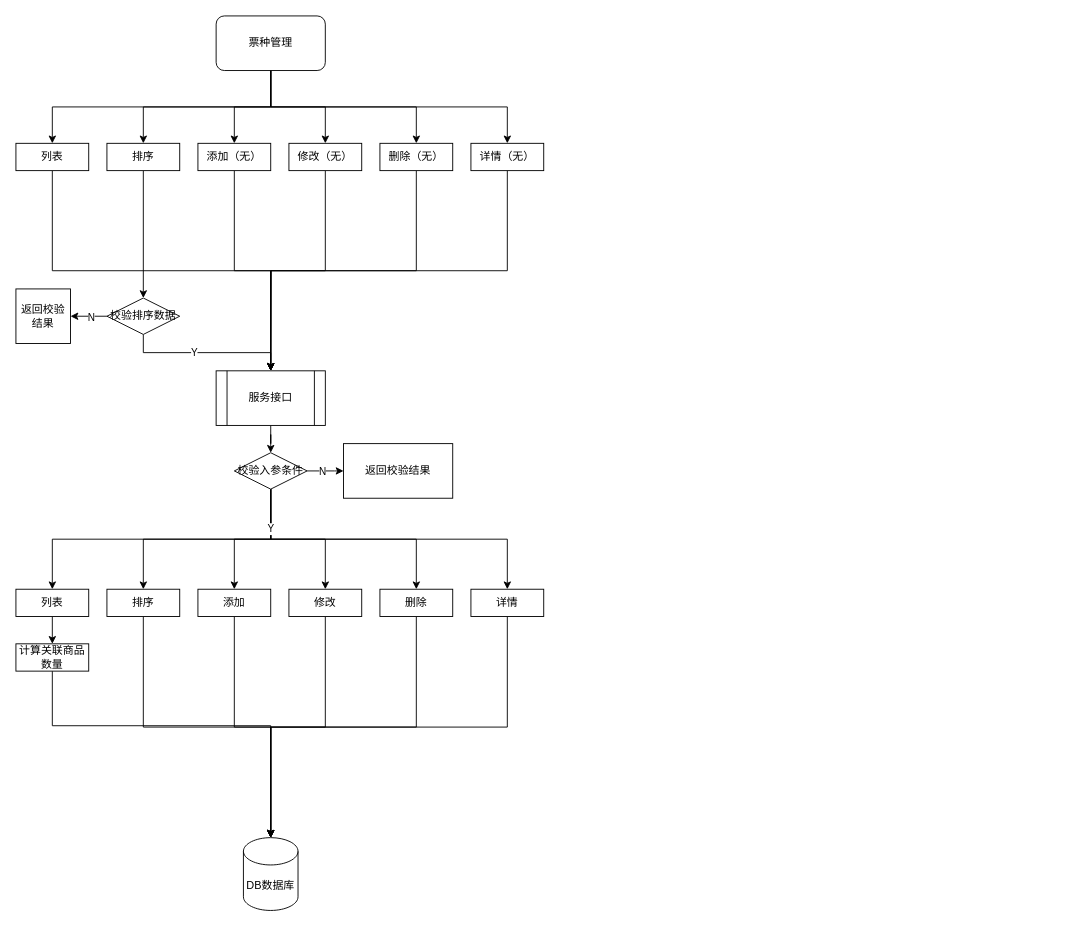
liqiang0113/Project keeps this draw.io diagram as page "票种管理" (1 of 2) of tour-product.drawio. Above is the earlier version. Source tidied: cells renumbered, new cells numbered last; positions are measured from the earlier drawing's top-left corner, leaving out a move shared by most shapes. Both pictures are drawn from the tidied source at 91%, with x=0, y=0 at pixel (15, 15).
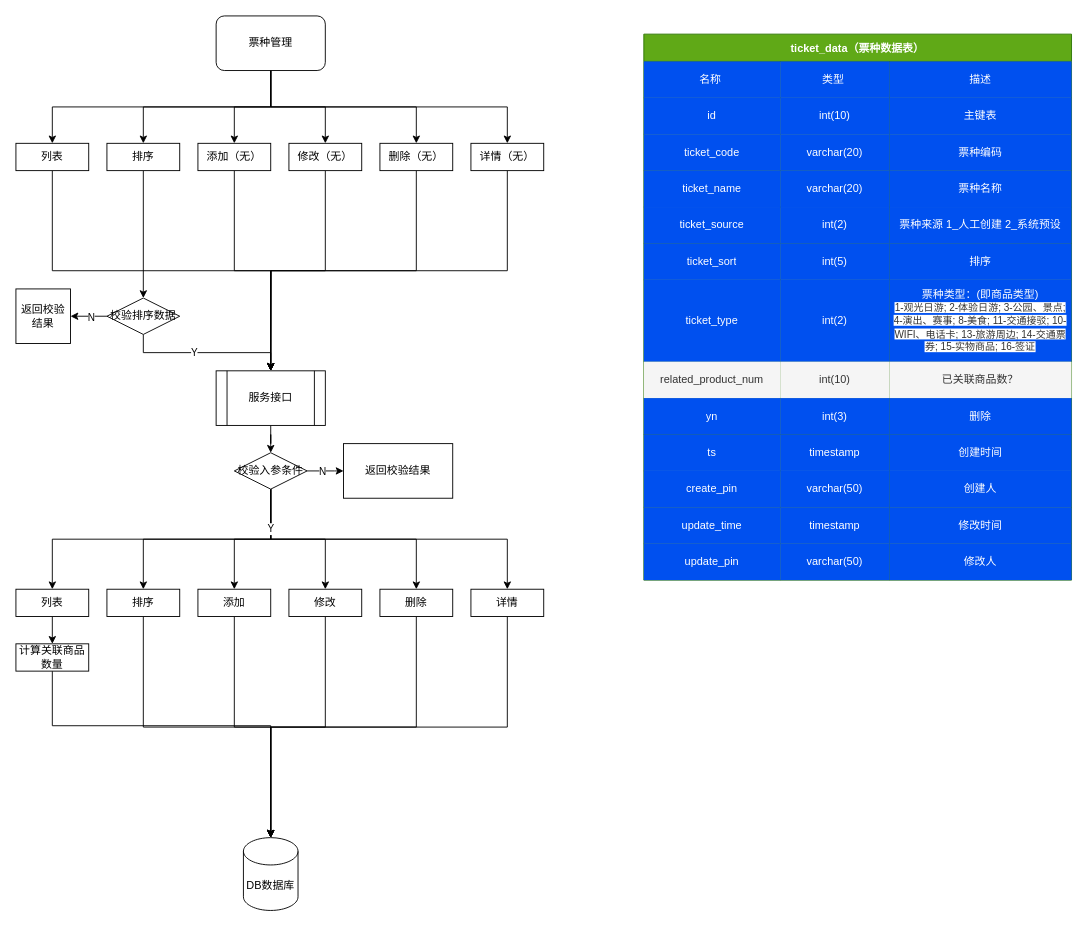
The same page after the edit.

The edit, as a diff of the source:
```diff
@@
+    <mxCell id="55" value="ticket_data（票种数据表）" style="shape=table;startSize=30;childLayout=tableLayout;fontStyle=1;align=center;swimlaneLine=1;fillColor=#60a917;fontColor=#ffffff;strokeColor=#2D7600;" parent="1" vertex="1">
+      <mxGeometry x="690" y="20" width="470" height="600" as="geometry" />
+    </mxCell>
+    <mxCell id="56" style="shape=tableRow;horizontal=0;startSize=0;swimlaneHead=0;swimlaneBody=0;top=0;left=0;bottom=0;right=0;fillColor=none;" parent="55" vertex="1">
+      <mxGeometry y="30" width="470" height="40" as="geometry" />
+    </mxCell>
+    <mxCell id="57" value="名称&lt;span style=&quot;white-space: pre;&quot;&gt; &lt;/span&gt;" style="shape=partialRectangle;html=1;whiteSpace=wrap;fillColor=#0050ef;top=0;left=0;bottom=0;right=0;overflow=hidden;strokeColor=#FFCCE6;fontColor=#ffffff;strokeWidth=10;perimeterSpacing=2;" parent="56" vertex="1">
+      <mxGeometry width="150" height="40" as="geometry" />
+    </mxCell>
+    <mxCell id="58" value="类型&lt;span style=&quot;white-space: pre;&quot;&gt; &lt;/span&gt;" style="shape=partialRectangle;html=1;whiteSpace=wrap;fillColor=#0050ef;top=0;left=0;bottom=0;right=0;overflow=hidden;strokeColor=#FFCCE6;fontColor=#ffffff;strokeWidth=10;" parent="56" vertex="1">
+      <mxGeometry x="150" width="120" height="40" as="geometry" />
+    </mxCell>
+    <mxCell id="59" value="描述" style="shape=partialRectangle;html=1;whiteSpace=wrap;fillColor=#0050ef;top=0;left=0;bottom=0;right=0;overflow=hidden;strokeColor=#FFCCE6;fontColor=#ffffff;strokeWidth=10;" parent="56" vertex="1">
+      <mxGeometry x="270" width="200" height="40" as="geometry" />
+    </mxCell>
+    <mxCell id="60" style="shape=tableRow;horizontal=0;startSize=0;swimlaneHead=0;swimlaneBody=0;top=0;left=0;bottom=0;right=0;fillColor=none;" parent="55" vertex="1">
+      <mxGeometry y="70" width="470" height="40" as="geometry" />
+    </mxCell>
+    <mxCell id="61" value="id" style="shape=partialRectangle;html=1;whiteSpace=wrap;fillColor=#0050ef;top=0;left=0;bottom=0;right=0;overflow=hidden;strokeColor=#FFCCE6;fontColor=#ffffff;strokeWidth=10;" parent="60" vertex="1">
+      <mxGeometry width="150" height="40" as="geometry" />
+    </mxCell>
+    <mxCell id="62" value="int(10)" style="shape=partialRectangle;html=1;whiteSpace=wrap;fillColor=#0050ef;top=0;left=0;bottom=0;right=0;overflow=hidden;strokeColor=#FFCCE6;fontColor=#ffffff;strokeWidth=10;" parent="60" vertex="1">
+      <mxGeometry x="150" width="120" height="40" as="geometry" />
+    </mxCell>
+    <mxCell id="63" value="主键表" style="shape=partialRectangle;html=1;whiteSpace=wrap;fillColor=#0050ef;top=0;left=0;bottom=0;right=0;overflow=hidden;strokeColor=#FFCCE6;fontColor=#ffffff;strokeWidth=10;" parent="60" vertex="1">
+      <mxGeometry x="270" width="200" height="40" as="geometry" />
+    </mxCell>
+    <mxCell id="64" style="shape=tableRow;horizontal=0;startSize=0;swimlaneHead=0;swimlaneBody=0;top=0;left=0;bottom=0;right=0;fillColor=none;" parent="55" vertex="1">
+      <mxGeometry y="110" width="470" height="40" as="geometry" />
+    </mxCell>
+    <mxCell id="65" value="ticket_code" style="shape=partialRectangle;html=1;whiteSpace=wrap;fillColor=#0050ef;top=0;left=0;bottom=0;right=0;overflow=hidden;sketch=0;shadow=0;strokeColor=#FFCCE6;fontColor=#ffffff;strokeWidth=10;" parent="64" vertex="1">
+      <mxGeometry width="150" height="40" as="geometry" />
+    </mxCell>
+    <mxCell id="66" value="varchar(20)" style="shape=partialRectangle;html=1;whiteSpace=wrap;fillColor=#0050ef;top=0;left=0;bottom=0;right=0;overflow=hidden;sketch=0;strokeColor=#FFCCE6;fontColor=#ffffff;strokeWidth=10;" parent="64" vertex="1">
+      <mxGeometry x="150" width="120" height="40" as="geometry" />
+    </mxCell>
+    <mxCell id="67" value="票种编码" style="shape=partialRectangle;html=1;whiteSpace=wrap;fillColor=#0050ef;top=0;left=0;bottom=0;right=0;overflow=hidden;strokeColor=#FFCCE6;fontColor=#ffffff;strokeWidth=10;" parent="64" vertex="1">
+      <mxGeometry x="270" width="200" height="40" as="geometry" />
+    </mxCell>
+    <mxCell id="68" style="shape=tableRow;horizontal=0;startSize=0;swimlaneHead=0;swimlaneBody=0;top=0;left=0;bottom=0;right=0;fillColor=none;" parent="55" vertex="1">
+      <mxGeometry y="150" width="470" height="40" as="geometry" />
+    </mxCell>
+    <mxCell id="69" value="ticket_name" style="shape=partialRectangle;html=1;whiteSpace=wrap;fillColor=#0050ef;top=0;left=0;bottom=0;right=0;overflow=hidden;sketch=0;shadow=0;strokeColor=#FFCCE6;fontColor=#ffffff;strokeWidth=10;" parent="68" vertex="1">
+      <mxGeometry width="150" height="40" as="geometry" />
+    </mxCell>
+    <mxCell id="70" value="varchar(20)" style="shape=partialRectangle;html=1;whiteSpace=wrap;fillColor=#0050ef;top=0;left=0;bottom=0;right=0;overflow=hidden;sketch=0;strokeColor=#FFCCE6;fontColor=#ffffff;strokeWidth=10;" parent="68" vertex="1">
+      <mxGeometry x="150" width="120" height="40" as="geometry" />
+    </mxCell>
+    <mxCell id="71" value="票种名称" style="shape=partialRectangle;html=1;whiteSpace=wrap;fillColor=#0050ef;top=0;left=0;bottom=0;right=0;overflow=hidden;strokeColor=#FFCCE6;fontColor=#ffffff;strokeWidth=10;" parent="68" vertex="1">
+      <mxGeometry x="270" width="200" height="40" as="geometry" />
+    </mxCell>
+    <mxCell id="72" style="shape=tableRow;horizontal=0;startSize=0;swimlaneHead=0;swimlaneBody=0;top=0;left=0;bottom=0;right=0;fillColor=none;" parent="55" vertex="1">
+      <mxGeometry y="190" width="470" height="40" as="geometry" />
+    </mxCell>
+    <mxCell id="73" value="ticket_source" style="shape=partialRectangle;html=1;whiteSpace=wrap;fillColor=#0050ef;top=0;left=0;bottom=0;right=0;overflow=hidden;sketch=0;shadow=0;strokeColor=#FFCCE6;fontColor=#ffffff;strokeWidth=10;" parent="72" vertex="1">
+      <mxGeometry width="150" height="40" as="geometry" />
+    </mxCell>
+    <mxCell id="74" value="int(2)" style="shape=partialRectangle;html=1;whiteSpace=wrap;fillColor=#0050ef;top=0;left=0;bottom=0;right=0;overflow=hidden;sketch=0;strokeColor=#FFCCE6;fontColor=#ffffff;strokeWidth=10;" parent="72" vertex="1">
+      <mxGeometry x="150" width="120" height="40" as="geometry" />
+    </mxCell>
+    <mxCell id="75" value="票种来源 1_人工创建 2_系统预设" style="shape=partialRectangle;html=1;whiteSpace=wrap;fillColor=#0050ef;top=0;left=0;bottom=0;right=0;overflow=hidden;strokeColor=#FFCCE6;fontColor=#ffffff;strokeWidth=10;" parent="72" vertex="1">
+      <mxGeometry x="270" width="200" height="40" as="geometry" />
+    </mxCell>
+    <mxCell id="76" style="shape=tableRow;horizontal=0;startSize=0;swimlaneHead=0;swimlaneBody=0;top=0;left=0;bottom=0;right=0;fillColor=none;" parent="55" vertex="1">
+      <mxGeometry y="230" width="470" height="40" as="geometry" />
+    </mxCell>
+    <mxCell id="77" value="ticket_sort" style="shape=partialRectangle;html=1;whiteSpace=wrap;fillColor=#0050ef;top=0;left=0;bottom=0;right=0;overflow=hidden;sketch=0;shadow=0;strokeColor=#FFCCE6;fontColor=#ffffff;strokeWidth=10;" parent="76" vertex="1">
+      <mxGeometry width="150" height="40" as="geometry" />
+    </mxCell>
+    <mxCell id="78" value="int(5)" style="shape=partialRectangle;html=1;whiteSpace=wrap;fillColor=#0050ef;top=0;left=0;bottom=0;right=0;overflow=hidden;sketch=0;strokeColor=#FFCCE6;fontColor=#ffffff;strokeWidth=10;" parent="76" vertex="1">
+      <mxGeometry x="150" width="120" height="40" as="geometry" />
+    </mxCell>
+    <mxCell id="79" value="排序" style="shape=partialRectangle;html=1;whiteSpace=wrap;fillColor=#0050ef;top=0;left=0;bottom=0;right=0;overflow=hidden;strokeColor=#FFCCE6;fontColor=#ffffff;strokeWidth=10;" parent="76" vertex="1">
+      <mxGeometry x="270" width="200" height="40" as="geometry" />
+    </mxCell>
+    <mxCell id="80" style="shape=tableRow;horizontal=0;startSize=0;swimlaneHead=0;swimlaneBody=0;top=0;left=0;bottom=0;right=0;fillColor=none;" parent="55" vertex="1">
+      <mxGeometry y="270" width="470" height="90" as="geometry" />
+    </mxCell>
+    <mxCell id="81" value="ticket_type" style="shape=partialRectangle;html=1;whiteSpace=wrap;fillColor=#0050ef;top=0;left=0;bottom=0;right=0;overflow=hidden;sketch=0;shadow=0;strokeColor=#FFCCE6;fontColor=#ffffff;strokeWidth=10;" parent="80" vertex="1">
+      <mxGeometry width="150" height="90" as="geometry" />
+    </mxCell>
+    <mxCell id="82" value="int(2)" style="shape=partialRectangle;html=1;whiteSpace=wrap;fillColor=#0050ef;top=0;left=0;bottom=0;right=0;overflow=hidden;sketch=0;strokeColor=#FFCCE6;fontColor=#ffffff;strokeWidth=10;" parent="80" vertex="1">
+      <mxGeometry x="150" width="120" height="90" as="geometry" />
+    </mxCell>
+    <mxCell id="83" value="票种类型：(即商品类型)&lt;br&gt;&lt;span style=&quot;font-size: 11px; background-color: rgb(255, 255, 255); color: rgb(51, 51, 51); text-align: left;&quot;&gt;1-观光日游; 2-体验日游; 3-公园、景点; 4-演出、赛事; 8-美食; 11-交通接驳; 10-WIFI、电话卡; 13-旅游周边; 14-交通票券; 15-实物商品; 16-签证&lt;/span&gt;" style="shape=partialRectangle;html=1;whiteSpace=wrap;fillColor=#0050ef;top=0;left=0;bottom=0;right=0;overflow=hidden;strokeColor=#FFCCE6;align=center;fontColor=#ffffff;strokeWidth=10;" parent="80" vertex="1">
+      <mxGeometry x="270" width="200" height="90" as="geometry" />
+    </mxCell>
+    <mxCell id="84" style="shape=tableRow;horizontal=0;startSize=0;swimlaneHead=0;swimlaneBody=0;top=0;left=0;bottom=0;right=0;fillColor=none;" parent="55" vertex="1">
+      <mxGeometry y="360" width="470" height="40" as="geometry" />
+    </mxCell>
+    <mxCell id="85" value="related_product_num" style="shape=partialRectangle;html=1;whiteSpace=wrap;fillColor=#f5f5f5;top=0;left=0;bottom=0;right=0;overflow=hidden;sketch=0;shadow=0;strokeColor=#FFCCE6;fontColor=#333333;strokeWidth=10;" parent="84" vertex="1">
+      <mxGeometry width="150" height="40" as="geometry" />
+    </mxCell>
+    <mxCell id="86" value="int(10)" style="shape=partialRectangle;html=1;whiteSpace=wrap;fillColor=#f5f5f5;top=0;left=0;bottom=0;right=0;overflow=hidden;sketch=0;strokeColor=#FFCCE6;fontColor=#333333;strokeWidth=10;" parent="84" vertex="1">
+      <mxGeometry x="150" width="120" height="40" as="geometry" />
+    </mxCell>
+    <mxCell id="87" value="已关联商品数？" style="shape=partialRectangle;html=1;whiteSpace=wrap;fillColor=#f5f5f5;top=0;left=0;bottom=0;right=0;overflow=hidden;strokeColor=#FFCCE6;fontColor=#333333;strokeWidth=10;" parent="84" vertex="1">
+      <mxGeometry x="270" width="200" height="40" as="geometry" />
+    </mxCell>
+    <mxCell id="88" style="shape=tableRow;horizontal=0;startSize=0;swimlaneHead=0;swimlaneBody=0;top=0;left=0;bottom=0;right=0;fillColor=none;" parent="55" vertex="1">
+      <mxGeometry y="400" width="470" height="40" as="geometry" />
+    </mxCell>
+    <mxCell id="89" value="yn" style="shape=partialRectangle;html=1;whiteSpace=wrap;fillColor=#0050ef;top=0;left=0;bottom=0;right=0;overflow=hidden;sketch=0;shadow=0;strokeColor=#FFCCE6;fontColor=#ffffff;strokeWidth=10;" parent="88" vertex="1">
+      <mxGeometry width="150" height="40" as="geometry" />
+    </mxCell>
+    <mxCell id="90" value="int(3)" style="shape=partialRectangle;html=1;whiteSpace=wrap;fillColor=#0050ef;top=0;left=0;bottom=0;right=0;overflow=hidden;sketch=0;strokeColor=#FFCCE6;fontColor=#ffffff;strokeWidth=10;" parent="88" vertex="1">
+      <mxGeometry x="150" width="120" height="40" as="geometry" />
+    </mxCell>
+    <mxCell id="91" value="删除" style="shape=partialRectangle;html=1;whiteSpace=wrap;fillColor=#0050ef;top=0;left=0;bottom=0;right=0;overflow=hidden;strokeColor=#FFCCE6;fontColor=#ffffff;strokeWidth=10;" parent="88" vertex="1">
+      <mxGeometry x="270" width="200" height="40" as="geometry" />
+    </mxCell>
+    <mxCell id="92" style="shape=tableRow;horizontal=0;startSize=0;swimlaneHead=0;swimlaneBody=0;top=0;left=0;bottom=0;right=0;fillColor=none;" parent="55" vertex="1">
+      <mxGeometry y="440" width="470" height="40" as="geometry" />
+    </mxCell>
+    <mxCell id="93" value="ts" style="shape=partialRectangle;html=1;whiteSpace=wrap;fillColor=#0050ef;top=0;left=0;bottom=0;right=0;overflow=hidden;sketch=0;shadow=0;strokeColor=#FFCCE6;fontColor=#ffffff;strokeWidth=10;" parent="92" vertex="1">
+      <mxGeometry width="150" height="40" as="geometry" />
+    </mxCell>
+    <mxCell id="94" value="timestamp" style="shape=partialRectangle;html=1;whiteSpace=wrap;fillColor=#0050ef;top=0;left=0;bottom=0;right=0;overflow=hidden;sketch=0;strokeColor=#FFCCE6;fontColor=#ffffff;strokeWidth=10;" parent="92" vertex="1">
+      <mxGeometry x="150" width="120" height="40" as="geometry" />
+    </mxCell>
+    <mxCell id="95" value="创建时间" style="shape=partialRectangle;html=1;whiteSpace=wrap;fillColor=#0050ef;top=0;left=0;bottom=0;right=0;overflow=hidden;strokeColor=#FFCCE6;fontColor=#ffffff;strokeWidth=10;" parent="92" vertex="1">
+      <mxGeometry x="270" width="200" height="40" as="geometry" />
+    </mxCell>
+    <mxCell id="96" style="shape=tableRow;horizontal=0;startSize=0;swimlaneHead=0;swimlaneBody=0;top=0;left=0;bottom=0;right=0;fillColor=none;" parent="55" vertex="1">
+      <mxGeometry y="480" width="470" height="40" as="geometry" />
+    </mxCell>
+    <mxCell id="97" value="create_pin" style="shape=partialRectangle;html=1;whiteSpace=wrap;fillColor=#0050ef;top=0;left=0;bottom=0;right=0;overflow=hidden;sketch=0;shadow=0;strokeColor=#FFCCE6;fontColor=#ffffff;strokeWidth=10;" parent="96" vertex="1">
+      <mxGeometry width="150" height="40" as="geometry" />
+    </mxCell>
+    <mxCell id="98" value="varchar(50)" style="shape=partialRectangle;html=1;whiteSpace=wrap;fillColor=#0050ef;top=0;left=0;bottom=0;right=0;overflow=hidden;sketch=0;strokeColor=#FFCCE6;fontColor=#ffffff;strokeWidth=10;" parent="96" vertex="1">
+      <mxGeometry x="150" width="120" height="40" as="geometry" />
+    </mxCell>
+    <mxCell id="99" value="创建人" style="shape=partialRectangle;html=1;whiteSpace=wrap;fillColor=#0050ef;top=0;left=0;bottom=0;right=0;overflow=hidden;strokeColor=#FFCCE6;fontColor=#ffffff;strokeWidth=10;" parent="96" vertex="1">
+      <mxGeometry x="270" width="200" height="40" as="geometry" />
+    </mxCell>
+    <mxCell id="100" style="shape=tableRow;horizontal=0;startSize=0;swimlaneHead=0;swimlaneBody=0;top=0;left=0;bottom=0;right=0;fillColor=none;" parent="55" vertex="1">
+      <mxGeometry y="520" width="470" height="40" as="geometry" />
+    </mxCell>
+    <mxCell id="101" value="update_time" style="shape=partialRectangle;html=1;whiteSpace=wrap;fillColor=#0050ef;top=0;left=0;bottom=0;right=0;overflow=hidden;sketch=0;shadow=0;strokeColor=#FFCCE6;fontColor=#ffffff;strokeWidth=10;" parent="100" vertex="1">
+      <mxGeometry width="150" height="40" as="geometry" />
+    </mxCell>
+    <mxCell id="102" value="timestamp" style="shape=partialRectangle;html=1;whiteSpace=wrap;fillColor=#0050ef;top=0;left=0;bottom=0;right=0;overflow=hidden;sketch=0;strokeColor=#FFCCE6;fontColor=#ffffff;strokeWidth=10;" parent="100" vertex="1">
+      <mxGeometry x="150" width="120" height="40" as="geometry" />
+    </mxCell>
+    <mxCell id="103" value="修改时间" style="shape=partialRectangle;html=1;whiteSpace=wrap;fillColor=#0050ef;top=0;left=0;bottom=0;right=0;overflow=hidden;strokeColor=#FFCCE6;fontColor=#ffffff;strokeWidth=10;" parent="100" vertex="1">
+      <mxGeometry x="270" width="200" height="40" as="geometry" />
+    </mxCell>
+    <mxCell id="104" style="shape=tableRow;horizontal=0;startSize=0;swimlaneHead=0;swimlaneBody=0;top=0;left=0;bottom=0;right=0;fillColor=none;" parent="55" vertex="1">
+      <mxGeometry y="560" width="470" height="40" as="geometry" />
+    </mxCell>
+    <mxCell id="105" value="update_pin" style="shape=partialRectangle;html=1;whiteSpace=wrap;fillColor=#0050ef;top=0;left=0;bottom=0;right=0;overflow=hidden;sketch=0;shadow=0;strokeColor=#FFCCE6;fontColor=#ffffff;strokeWidth=10;" parent="104" vertex="1">
+      <mxGeometry width="150" height="40" as="geometry" />
+    </mxCell>
+    <mxCell id="106" value="varchar(50)" style="shape=partialRectangle;html=1;whiteSpace=wrap;fillColor=#0050ef;top=0;left=0;bottom=0;right=0;overflow=hidden;sketch=0;strokeColor=#FFCCE6;fontColor=#ffffff;strokeWidth=10;" parent="104" vertex="1">
+      <mxGeometry x="150" width="120" height="40" as="geometry" />
+    </mxCell>
+    <mxCell id="107" value="修改人" style="shape=partialRectangle;html=1;whiteSpace=wrap;fillColor=#0050ef;top=0;left=0;bottom=0;right=0;overflow=hidden;strokeColor=#FFCCE6;fontColor=#ffffff;strokeWidth=10;" parent="104" vertex="1">
+      <mxGeometry x="270" width="200" height="40" as="geometry" />
+    </mxCell>
```
